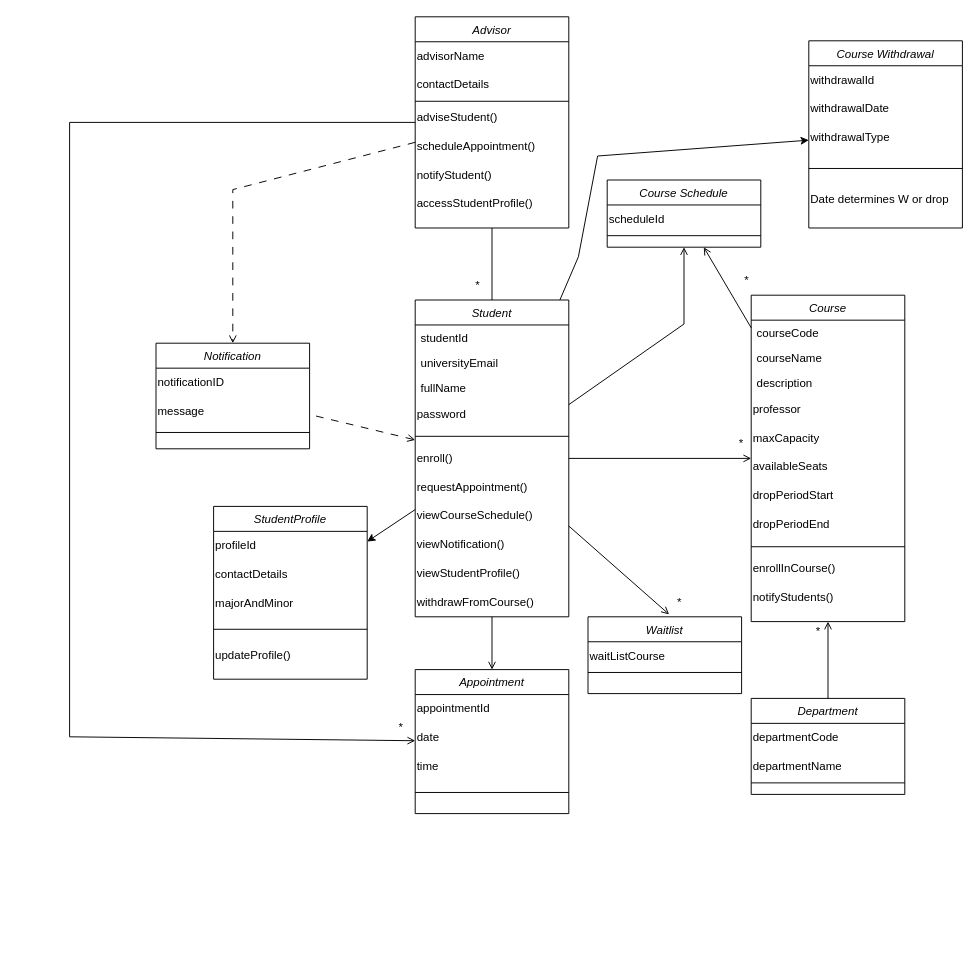
The draw.io diagram Assignment 1.drawio in sirfan123/1530, before the edit. Source tidied: cells renumbered, new cells numbered last; positions are measured from the earlier drawing's top-left corner, leaving out a move shared by most shapes. Both pictures are drawn from the tidied source at 96%, with x=0, y=0 at pixel (69, 16).
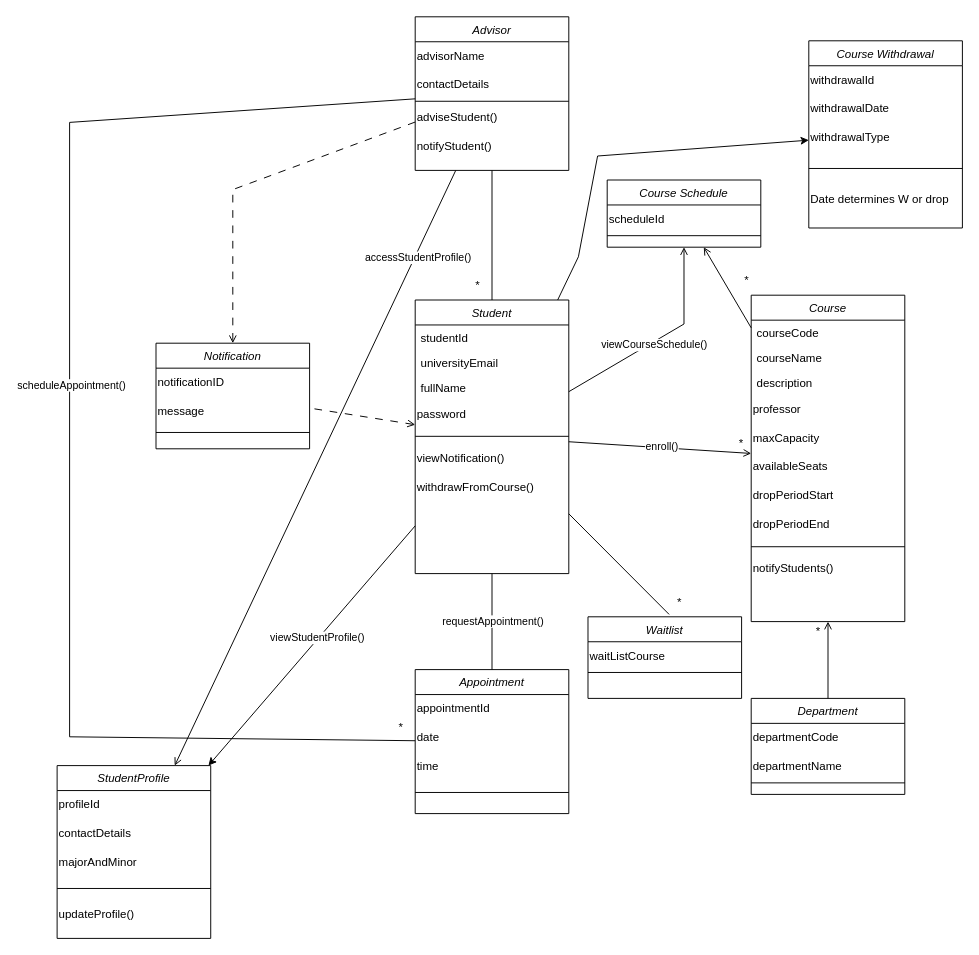
The same page after the edit.

The change refers to these unchanged cells:
```xml
<mxCell id="14" value="Course" style="swimlane;fontStyle=2;align=center;verticalAlign=top;horizontal=1;startSize=26;rounded=0;shadow=0;strokeWidth=1;" parent="1" vertex="1">
  <mxGeometry x="710" y="290" width="160" height="340" as="geometry" />
</mxCell>
<mxCell id="41" value="Appointment" style="swimlane;fontStyle=2;align=center;verticalAlign=top;horizontal=1;startSize=26;rounded=0;shadow=0;strokeWidth=1;" parent="1" vertex="1">
  <mxGeometry x="360" y="680" width="160" height="150" as="geometry" />
</mxCell>
<mxCell id="59" style="endArrow=open;html=1;rounded=0;endFill=0;" parent="1" edge="1" source="2" target="14">
  <mxGeometry relative="1" as="geometry" />
</mxCell>
<mxCell id="64" style="endArrow=open;html=1;rounded=0;endFill=0;" parent="1" edge="1" source="2" target="46">
  <mxGeometry relative="1" as="geometry">
    <Array as="points">
      <mxPoint x="640" y="320" />
    </Array>
  </mxGeometry>
</mxCell>
<mxCell id="73" style="endArrow=classic;html=1;rounded=0;" parent="1" edge="1" source="2" target="53">
  <mxGeometry relative="1" as="geometry" />
</mxCell>
```

Change to the diagram source:
```diff
@@
     <mxCell id="2" value="Student" style="swimlane;fontStyle=2;align=center;verticalAlign=top;horizontal=1;startSize=26;rounded=0;shadow=0;strokeWidth=1;" parent="1" vertex="1">
-      <mxGeometry x="360" y="295" width="160" height="330" as="geometry" />
+      <mxGeometry x="360" y="295" width="160" height="285" as="geometry" />
     </mxCell>
@@
-    <mxCell id="8" value="enroll()" style="text;html=1;align=left;verticalAlign=middle;strokeColor=none;fillColor=none;" parent="2" vertex="1">
-      <mxGeometry y="150" width="160" height="30" as="geometry" />
-    </mxCell>
-    <mxCell id="9" value="requestAppointment()" style="text;html=1;align=left;verticalAlign=middle;strokeColor=none;fillColor=none;" parent="2" vertex="1">
-      <mxGeometry y="180" width="160" height="30" as="geometry" />
-    </mxCell>
-    <mxCell id="10" value="viewCourseSchedule()" style="text;html=1;align=left;verticalAlign=middle;strokeColor=none;fillColor=none;" parent="2" vertex="1">
-      <mxGeometry y="210" width="160" height="30" as="geometry" />
-    </mxCell>
     <mxCell id="11" value="viewNotification()" style="text;html=1;align=left;verticalAlign=middle;strokeColor=none;fillColor=none;" parent="2" vertex="1">
-      <mxGeometry y="240" width="160" height="30" as="geometry" />
+      <mxGeometry y="150" width="160" height="30" as="geometry" />
     </mxCell>
-    <mxCell id="12" value="viewStudentProfile()" style="text;html=1;align=left;verticalAlign=middle;strokeColor=none;fillColor=none;" parent="2" vertex="1">
-      <mxGeometry y="270" width="160" height="30" as="geometry" />
-    </mxCell>
     <mxCell id="13" value="withdrawFromCourse()" style="text;html=1;align=left;verticalAlign=middle;strokeColor=none;fillColor=none;" parent="2" vertex="1">
-      <mxGeometry y="300" width="160" height="30" as="geometry" />
+      <mxGeometry y="180" width="160" height="30" as="geometry" />
     </mxCell>
@@
-    <mxCell id="24" value="enrollInCourse()" style="text;html=1;align=left;verticalAlign=middle;strokeColor=none;fillColor=none;" parent="14" vertex="1">
-      <mxGeometry y="270" width="160" height="30" as="geometry" />
-    </mxCell>
     <mxCell id="25" value="notifyStudents()" style="text;html=1;align=left;verticalAlign=middle;strokeColor=none;fillColor=none;" parent="14" vertex="1">
-      <mxGeometry y="300" width="160" height="30" as="geometry" />
+      <mxGeometry y="270" width="160" height="30" as="geometry" />
     </mxCell>
@@
     <mxCell id="30" value="Waitlist" style="swimlane;fontStyle=2;align=center;verticalAlign=top;horizontal=1;startSize=26;rounded=0;shadow=0;strokeWidth=1;" parent="1" vertex="1">
-      <mxGeometry x="540" y="625" width="160" height="80" as="geometry" />
+      <mxGeometry x="540" y="625" width="160" height="85" as="geometry" />
     </mxCell>
@@
     <mxCell id="33" value="Advisor" style="swimlane;fontStyle=2;align=center;verticalAlign=top;horizontal=1;startSize=26;rounded=0;shadow=0;strokeWidth=1;" parent="1" vertex="1">
-      <mxGeometry x="360" width="160" height="220" as="geometry" />
+      <mxGeometry x="360" width="160" height="160" as="geometry" />
     </mxCell>
@@
-    <mxCell id="38" value="scheduleAppointment()" style="text;html=1;align=left;verticalAlign=middle;strokeColor=none;fillColor=none;" parent="33" vertex="1">
-      <mxGeometry y="120" width="160" height="30" as="geometry" />
-    </mxCell>
     <mxCell id="39" value="notifyStudent()" style="text;html=1;align=left;verticalAlign=middle;strokeColor=none;fillColor=none;" parent="33" vertex="1">
-      <mxGeometry y="150" width="160" height="30" as="geometry" />
+      <mxGeometry y="120" width="160" height="30" as="geometry" />
     </mxCell>
-    <mxCell id="40" value="accessStudentProfile()" style="text;html=1;align=left;verticalAlign=middle;strokeColor=none;fillColor=none;" parent="33" vertex="1">
-      <mxGeometry y="180" width="160" height="30" as="geometry" />
-    </mxCell>
@@
     <mxCell id="53" value="StudentProfile" style="swimlane;fontStyle=2;align=center;verticalAlign=top;horizontal=1;startSize=26;rounded=0;shadow=0;strokeWidth=1;" parent="1" vertex="1">
-      <mxGeometry x="150" y="510" width="160" height="180" as="geometry" />
+      <mxGeometry x="-13" y="780" width="160" height="180" as="geometry" />
     </mxCell>
@@
+    <mxCell id="8" value="enroll()" style="edgeLabel;html=1;align=center;verticalAlign=middle;" parent="59" vertex="1">
+      <mxGeometry x="0.02" y="1" relative="1" as="geometry" />
+    </mxCell>
-    <mxCell id="60" style="endArrow=open;html=1;rounded=0;endFill=0;" parent="1" edge="1" source="2" target="41">
+    <mxCell id="60" style="endArrow=none;html=1;rounded=0;endFill=0;" parent="1" edge="1" source="2" target="41">
       <mxGeometry relative="1" as="geometry" />
     </mxCell>
+    <mxCell id="9" value="requestAppointment()" style="edgeLabel;html=1;align=center;verticalAlign=middle;" parent="60" vertex="1">
+      <mxGeometry x="-0.03" relative="1" as="geometry" />
+    </mxCell>
@@
+    <mxCell id="10" value="viewCourseSchedule()" style="edgeLabel;html=1;align=center;verticalAlign=middle;" parent="64" vertex="1">
+      <mxGeometry x="-0.08" y="-2" relative="1" as="geometry" />
+    </mxCell>
@@
-    <mxCell id="68" style="endArrow=none;html=1;rounded=0;endFill=0;startArrow=open;startFill=0;" parent="1" edge="1" target="2">
+    <mxCell id="68" style="endArrow=none;html=1;rounded=0;endFill=0;startArrow=none;startFill=0;" parent="1" edge="1" target="2">
       <mxGeometry relative="1" as="geometry">
         <mxPoint x="624.5" y="622.5" as="sourcePoint" />
       </mxGeometry>
     </mxCell>
@@
-    <mxCell id="70" style="endArrow=none;html=1;rounded=0;endFill=0;startArrow=open;startFill=0;" parent="1" edge="1" source="41" target="33">
+    <mxCell id="70" style="endArrow=none;html=1;rounded=0;endFill=0;startArrow=none;startFill=0;" parent="1" edge="1" source="41" target="33">
       <mxGeometry relative="1" as="geometry">
         <Array as="points">
           <mxPoint y="750" />
           <mxPoint y="110" />
         </Array>
       </mxGeometry>
     </mxCell>
+    <mxCell id="38" value="scheduleAppointment()" style="edgeLabel;html=1;align=center;verticalAlign=middle;" parent="70" vertex="1">
+      <mxGeometry x="0.07" y="-1" relative="1" as="geometry">
+        <mxPoint y="1" as="offset" />
+      </mxGeometry>
+    </mxCell>
@@
+    <mxCell id="12" value="viewStudentProfile()" style="edgeLabel;html=1;align=center;verticalAlign=middle;" parent="73" vertex="1">
+      <mxGeometry x="-0.06" y="-2" relative="1" as="geometry" />
+    </mxCell>
@@
+    <mxCell id="83" style="endArrow=open;html=1;rounded=0;endFill=0;" parent="1" edge="1" source="33" target="53">
+      <mxGeometry relative="1" as="geometry" />
+    </mxCell>
+    <mxCell id="40" value="accessStudentProfile()" style="edgeLabel;html=1;align=center;verticalAlign=middle;" parent="83" vertex="1">
+      <mxGeometry x="-0.71" y="3" relative="1" as="geometry" />
+    </mxCell>
```
